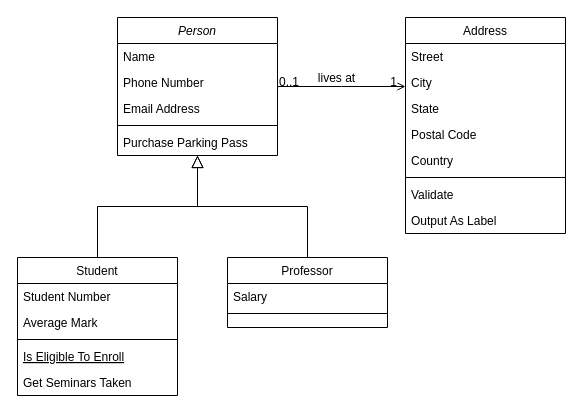
This is inheritance_delegation_second_example_bad.drawio from penguincarol/rattle, a draw.io file, before an edit. Source tidied: cells renumbered, new cells numbered last; positions are measured from the earlier drawing's top-left corner, leaving out a move shared by most shapes. Both pictures are drawn from the tidied source at 100%, with x=0, y=0 at pixel (17, 17).
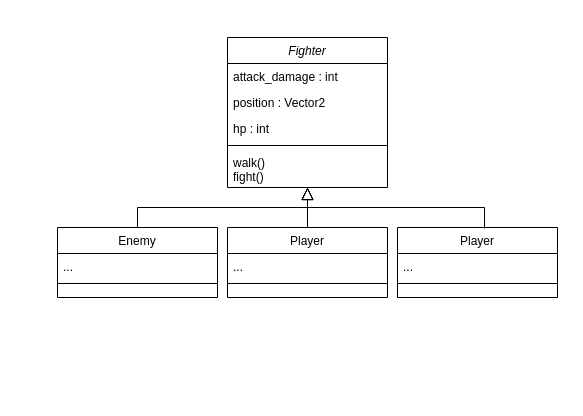
Above is the later version.

Diff of the diagram source:
```diff
@@
-    <mxCell id="2" value="Person" style="swimlane;fontStyle=2;align=center;verticalAlign=top;horizontal=1;startSize=26;rounded=0;shadow=0;strokeWidth=1;" parent="1" vertex="1">
-      <mxGeometry x="100" width="160" height="138" as="geometry" />
+    <mxCell id="2" value="Fighter" style="swimlane;fontStyle=2;align=center;verticalAlign=top;horizontal=1;startSize=26;rounded=0;shadow=0;strokeWidth=1;" parent="1" vertex="1">
+      <mxGeometry x="210" y="20" width="160" height="150" as="geometry" />
     </mxCell>
-    <mxCell id="3" value="Name" style="text;align=left;verticalAlign=top;spacingLeft=4;spacingRight=4;overflow=hidden;" parent="2" vertex="1">
+    <mxCell id="3" value="attack_damage : int" style="text;align=left;verticalAlign=top;spacingLeft=4;spacingRight=4;overflow=hidden;" parent="2" vertex="1">
       <mxGeometry y="26" width="160" height="26" as="geometry" />
     </mxCell>
-    <mxCell id="4" value="Phone Number" style="text;align=left;verticalAlign=top;spacingLeft=4;spacingRight=4;overflow=hidden;rounded=0;shadow=0;html=0;" parent="2" vertex="1">
+    <mxCell id="4" value="position : Vector2" style="text;align=left;verticalAlign=top;spacingLeft=4;spacingRight=4;overflow=hidden;rounded=0;shadow=0;html=0;" parent="2" vertex="1">
       <mxGeometry y="52" width="160" height="26" as="geometry" />
     </mxCell>
-    <mxCell id="5" value="Email Address" style="text;align=left;verticalAlign=top;spacingLeft=4;spacingRight=4;overflow=hidden;rounded=0;shadow=0;html=0;" parent="2" vertex="1">
+    <mxCell id="5" value="hp : int" style="text;align=left;verticalAlign=top;spacingLeft=4;spacingRight=4;overflow=hidden;rounded=0;shadow=0;html=0;" parent="2" vertex="1">
       <mxGeometry y="78" width="160" height="26" as="geometry" />
     </mxCell>
@@
-    <mxCell id="7" value="Purchase Parking Pass" style="text;align=left;verticalAlign=top;spacingLeft=4;spacingRight=4;overflow=hidden;" parent="2" vertex="1">
-      <mxGeometry y="112" width="160" height="26" as="geometry" />
+    <mxCell id="7" value="walk()&#10;fight()&#10;" style="text;align=left;verticalAlign=top;spacingLeft=4;spacingRight=4;overflow=hidden;" parent="2" vertex="1">
+      <mxGeometry y="112" width="160" height="38" as="geometry" />
     </mxCell>
-    <mxCell id="8" value="Student" style="swimlane;fontStyle=0;align=center;verticalAlign=top;horizontal=1;startSize=26;rounded=0;shadow=0;strokeWidth=1;" parent="1" vertex="1">
-      <mxGeometry y="240" width="160" height="138" as="geometry" />
+    <mxCell id="8" value="Enemy" style="swimlane;fontStyle=0;align=center;verticalAlign=top;horizontal=1;startSize=26;rounded=0;shadow=0;strokeWidth=1;" parent="1" vertex="1">
+      <mxGeometry x="40" y="210" width="160" height="70" as="geometry" />
     </mxCell>
-    <mxCell id="9" value="Student Number" style="text;align=left;verticalAlign=top;spacingLeft=4;spacingRight=4;overflow=hidden;" parent="8" vertex="1">
+    <mxCell id="9" value="..." style="text;align=left;verticalAlign=top;spacingLeft=4;spacingRight=4;overflow=hidden;" parent="8" vertex="1">
       <mxGeometry y="26" width="160" height="26" as="geometry" />
     </mxCell>
-    <mxCell id="10" value="Average Mark" style="text;align=left;verticalAlign=top;spacingLeft=4;spacingRight=4;overflow=hidden;rounded=0;shadow=0;html=0;" parent="8" vertex="1">
-      <mxGeometry y="52" width="160" height="26" as="geometry" />
-    </mxCell>
     <mxCell id="11" style="line;html=1;strokeWidth=1;align=left;verticalAlign=middle;spacingTop=-1;spacingLeft=3;spacingRight=3;labelPosition=right;" parent="8" vertex="1">
-      <mxGeometry y="78" width="160" height="8" as="geometry" />
+      <mxGeometry y="52" width="160" height="8" as="geometry" />
     </mxCell>
-    <mxCell id="12" value="Is Eligible To Enroll" style="text;align=left;verticalAlign=top;spacingLeft=4;spacingRight=4;overflow=hidden;fontStyle=4;" parent="8" vertex="1">
-      <mxGeometry y="86" width="160" height="26" as="geometry" />
-    </mxCell>
-    <mxCell id="13" value="Get Seminars Taken" style="text;align=left;verticalAlign=top;spacingLeft=4;spacingRight=4;overflow=hidden;" parent="8" vertex="1">
-      <mxGeometry y="112" width="160" height="26" as="geometry" />
-    </mxCell>
@@
-    <mxCell id="15" value="Professor" style="swimlane;fontStyle=0;align=center;verticalAlign=top;horizontal=1;startSize=26;rounded=0;shadow=0;strokeWidth=1;" parent="1" vertex="1">
-      <mxGeometry x="210" y="240" width="160" height="70" as="geometry" />
+    <mxCell id="15" value="Player" style="swimlane;fontStyle=0;align=center;verticalAlign=top;horizontal=1;startSize=26;rounded=0;shadow=0;strokeWidth=1;" parent="1" vertex="1">
+      <mxGeometry x="210" y="210" width="160" height="70" as="geometry" />
     </mxCell>
-    <mxCell id="16" value="Salary" style="text;align=left;verticalAlign=top;spacingLeft=4;spacingRight=4;overflow=hidden;" parent="15" vertex="1">
+    <mxCell id="16" value="..." style="text;align=left;verticalAlign=top;spacingLeft=4;spacingRight=4;overflow=hidden;" parent="15" vertex="1">
       <mxGeometry y="26" width="160" height="26" as="geometry" />
     </mxCell>
@@
-    <mxCell id="19" value="Address" style="swimlane;fontStyle=0;align=center;verticalAlign=top;horizontal=1;startSize=26;rounded=0;shadow=0;strokeWidth=1;" parent="1" vertex="1">
-      <mxGeometry x="388" width="160" height="216" as="geometry" />
-    </mxCell>
-    <mxCell id="20" value="Street" style="text;align=left;verticalAlign=top;spacingLeft=4;spacingRight=4;overflow=hidden;" parent="19" vertex="1">
-      <mxGeometry y="26" width="160" height="26" as="geometry" />
-    </mxCell>
-    <mxCell id="21" value="City" style="text;align=left;verticalAlign=top;spacingLeft=4;spacingRight=4;overflow=hidden;rounded=0;shadow=0;html=0;" parent="19" vertex="1">
-      <mxGeometry y="52" width="160" height="26" as="geometry" />
-    </mxCell>
-    <mxCell id="22" value="State" style="text;align=left;verticalAlign=top;spacingLeft=4;spacingRight=4;overflow=hidden;rounded=0;shadow=0;html=0;" parent="19" vertex="1">
-      <mxGeometry y="78" width="160" height="26" as="geometry" />
-    </mxCell>
-    <mxCell id="23" value="Postal Code" style="text;align=left;verticalAlign=top;spacingLeft=4;spacingRight=4;overflow=hidden;rounded=0;shadow=0;html=0;" parent="19" vertex="1">
-      <mxGeometry y="104" width="160" height="26" as="geometry" />
-    </mxCell>
-    <mxCell id="24" value="Country" style="text;align=left;verticalAlign=top;spacingLeft=4;spacingRight=4;overflow=hidden;rounded=0;shadow=0;html=0;" parent="19" vertex="1">
-      <mxGeometry y="130" width="160" height="26" as="geometry" />
-    </mxCell>
-    <mxCell id="25" style="line;html=1;strokeWidth=1;align=left;verticalAlign=middle;spacingTop=-1;spacingLeft=3;spacingRight=3;labelPosition=right;" parent="19" vertex="1">
-      <mxGeometry y="156" width="160" height="8" as="geometry" />
-    </mxCell>
-    <mxCell id="26" value="Validate" style="text;align=left;verticalAlign=top;spacingLeft=4;spacingRight=4;overflow=hidden;" parent="19" vertex="1">
-      <mxGeometry y="164" width="160" height="26" as="geometry" />
-    </mxCell>
-    <mxCell id="27" value="Output As Label" style="text;align=left;verticalAlign=top;spacingLeft=4;spacingRight=4;overflow=hidden;" parent="19" vertex="1">
-      <mxGeometry y="190" width="160" height="26" as="geometry" />
-    </mxCell>
-    <mxCell id="28" style="endArrow=open;shadow=0;strokeWidth=1;rounded=0;endFill=1;edgeStyle=elbowEdgeStyle;elbow=vertical;" parent="1" edge="1" source="2" target="19">
-      <mxGeometry x="0.5" y="41" relative="1" as="geometry">
-        <mxPoint x="-40" y="32" as="offset" />
-      </mxGeometry>
-    </mxCell>
-    <mxCell id="29" value="0..1" style="align=left;verticalAlign=bottom;labelBackgroundColor=none;fontSize=12;" parent="28" vertex="1">
-      <mxGeometry x="-1" relative="1" as="geometry">
-        <mxPoint y="4" as="offset" />
-      </mxGeometry>
-    </mxCell>
-    <mxCell id="30" value="1" style="align=right;verticalAlign=bottom;labelBackgroundColor=none;fontSize=12;" parent="28" vertex="1">
-      <mxGeometry x="1" relative="1" as="geometry">
-        <mxPoint x="-7" y="4" as="offset" />
-      </mxGeometry>
-    </mxCell>
-    <mxCell id="31" value="lives at" style="text;html=1;align=center;verticalAlign=middle;labelBackgroundColor=none;rounded=0;shadow=0;strokeWidth=1;fontSize=12;" parent="28" vertex="1">
-      <mxGeometry x="0.5" y="49" relative="1" as="geometry">
-        <mxPoint x="-38" y="40" as="offset" />
-      </mxGeometry>
-    </mxCell>
+    <mxCell id="32" value="Player" style="swimlane;fontStyle=0;align=center;verticalAlign=top;horizontal=1;startSize=26;rounded=0;shadow=0;strokeWidth=1;" parent="1" vertex="1">
+      <mxGeometry x="380" y="210" width="160" height="70" as="geometry" />
+    </mxCell>
+    <mxCell id="33" value="..." style="text;align=left;verticalAlign=top;spacingLeft=4;spacingRight=4;overflow=hidden;" parent="32" vertex="1">
+      <mxGeometry y="26" width="160" height="26" as="geometry" />
+    </mxCell>
+    <mxCell id="34" style="line;html=1;strokeWidth=1;align=left;verticalAlign=middle;spacingTop=-1;spacingLeft=3;spacingRight=3;labelPosition=right;" parent="32" vertex="1">
+      <mxGeometry y="52" width="160" height="8" as="geometry" />
+    </mxCell>
+    <mxCell id="35" style="endArrow=block;endSize=10;endFill=0;shadow=0;strokeWidth=1;rounded=0;edgeStyle=elbowEdgeStyle;elbow=vertical;exitX=0.544;exitY=0.014;exitDx=0;exitDy=0;exitPerimeter=0;" parent="1" edge="1" source="32">
+      <mxGeometry relative="1" as="geometry">
+        <mxPoint x="290" y="170" as="targetPoint" />
+      </mxGeometry>
+    </mxCell>
```
